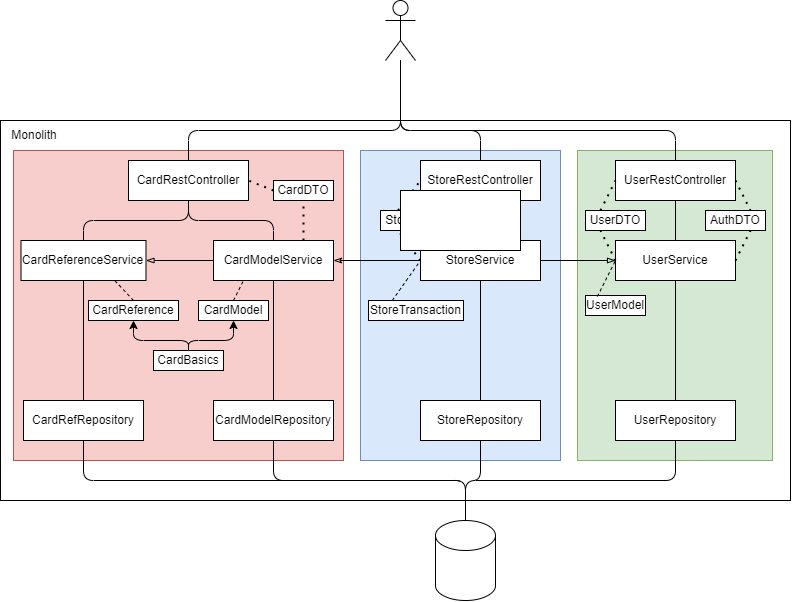
The draw.io diagram Archi_monolith.drawio.png in EnzoLouni/ASI-II-Groupe1, before a commit. Source tidied: cells renumbered, new cells last; positions are measured from the earlier drawing's top-left corner, leaving out a move shared by most shapes.
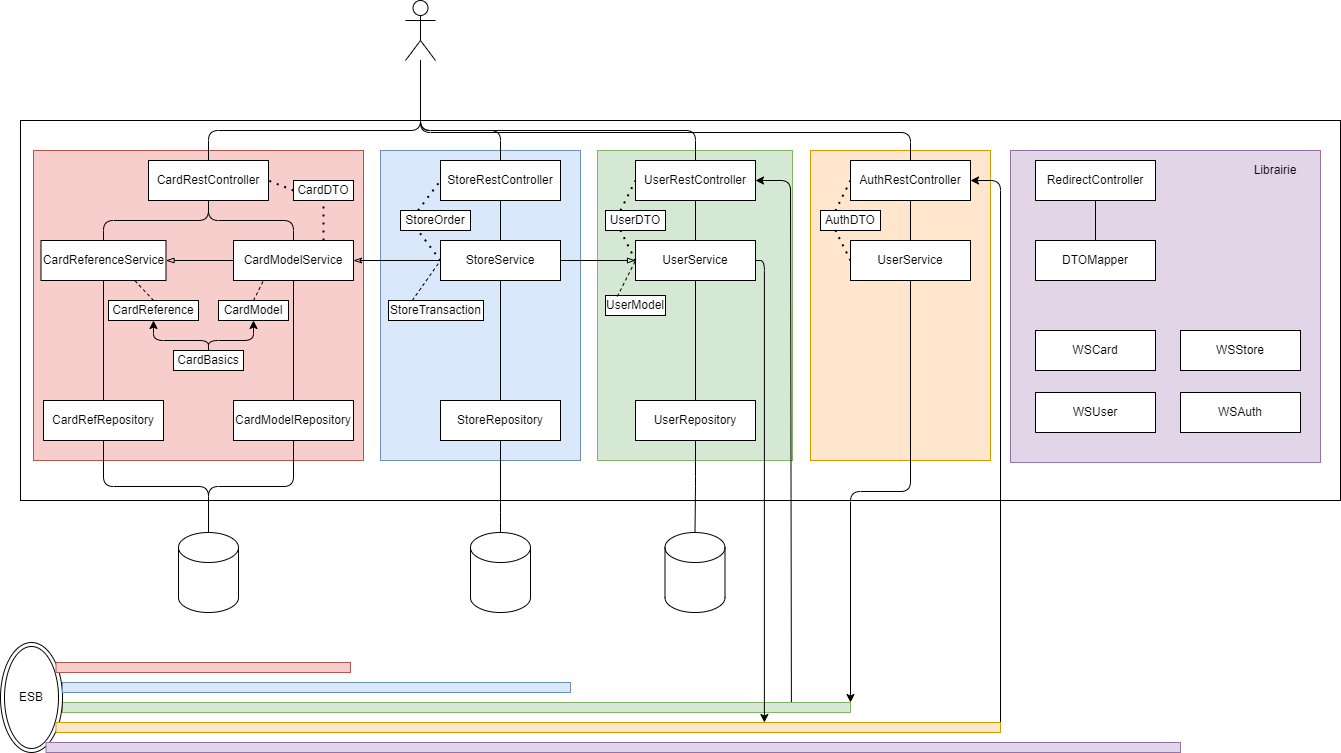
The same file after the commit.

Commit message:
Mettre à jour Archi_monolith.drawio.png

What changed in the source:
```diff
@@ -2,9 +2,15 @@
   <root>
     <mxCell id="0" />
     <mxCell id="1" parent="0" />
+    <mxCell id="63" style="rounded=0;whiteSpace=wrap;html=1;fillColor=#d5e8d4;strokeColor=#82b366;" parent="1" vertex="1">
+      <mxGeometry x="42" y="702" width="788" height="10" as="geometry" />
+    </mxCell>
     <mxCell id="2" style="rounded=0;whiteSpace=wrap;html=1;align=left;" parent="1" vertex="1">
-      <mxGeometry y="120" width="790" height="380" as="geometry" />
+      <mxGeometry y="120" width="1320" height="380" as="geometry" />
     </mxCell>
+    <mxCell id="64" style="rounded=0;whiteSpace=wrap;html=1;fillColor=#ffe6cc;strokeColor=#d79b00;" parent="1" vertex="1">
+      <mxGeometry x="790" y="150" width="180" height="310" as="geometry" />
+    </mxCell>
     <mxCell id="3" style="rounded=0;whiteSpace=wrap;html=1;fillColor=#d5e8d4;strokeColor=#82b366;" parent="1" vertex="1">
       <mxGeometry x="577" y="150" width="195" height="310" as="geometry" />
     </mxCell>
@@ -63,7 +69,7 @@
       <mxGeometry x="213" y="400" width="120" height="40" as="geometry" />
     </mxCell>
     <mxCell id="17" style="shape=cylinder3;whiteSpace=wrap;html=1;boundedLbl=1;backgroundOutline=1;size=15;" parent="1" vertex="1">
-      <mxGeometry x="435" y="520" width="60" height="80" as="geometry" />
+      <mxGeometry x="158" y="532" width="60" height="80" as="geometry" />
     </mxCell>
     <mxCell id="18" style="edgeStyle=orthogonalEdgeStyle;rounded=1;jettySize=auto;html=1;exitX=0.5;exitY=0;exitDx=0;exitDy=0;endArrow=none;endFill=0;entryX=0.5;entryY=1;entryDx=0;entryDy=0;" parent="1" edge="1" source="20" target="8">
       <mxGeometry relative="1" as="geometry">
@@ -95,7 +101,7 @@
       <mxGeometry x="585" y="210" width="60" height="20" as="geometry" />
     </mxCell>
     <mxCell id="26" value="AuthDTO" style="rounded=0;whiteSpace=wrap;html=1;" parent="1" vertex="1">
-      <mxGeometry x="705" y="210" width="60" height="20" as="geometry" />
+      <mxGeometry x="800" y="210" width="60" height="20" as="geometry" />
     </mxCell>
     <mxCell id="27" value="CardDTO" style="rounded=0;whiteSpace=wrap;html=1;" parent="1" vertex="1">
       <mxGeometry x="273" y="180" width="60" height="20" as="geometry" />
@@ -173,6 +179,13 @@
     <mxCell id="48" style="edgeStyle=orthogonalEdgeStyle;rounded=0;jettySize=auto;html=1;exitX=0.5;exitY=1;exitDx=0;exitDy=0;entryX=0.5;entryY=0;entryDx=0;entryDy=0;endArrow=none;endFill=0;" parent="1" edge="1" source="49" target="51">
       <mxGeometry relative="1" as="geometry" />
     </mxCell>
+    <mxCell id="65" style="edgeStyle=orthogonalEdgeStyle;rounded=1;jettySize=auto;html=1;exitX=1;exitY=0.5;exitDx=0;exitDy=0;entryX=0.75;entryY=0;entryDx=0;entryDy=0;" parent="1" edge="1" source="49" target="83">
+      <mxGeometry relative="1" as="geometry">
+        <Array as="points">
+          <mxPoint x="744" y="260" />
+        </Array>
+      </mxGeometry>
+    </mxCell>
     <mxCell id="49" value="UserService" style="rounded=0;whiteSpace=wrap;html=1;" parent="1" vertex="1">
       <mxGeometry x="615" y="240" width="120" height="40" as="geometry" />
     </mxCell>
@@ -188,37 +201,114 @@
     <mxCell id="53" style="endArrow=none;dashed=1;html=1;dashPattern=1 3;strokeWidth=2;rounded=0;entryX=0.25;entryY=1;entryDx=0;entryDy=0;exitX=0;exitY=0.5;exitDx=0;exitDy=0;" parent="1" edge="1" source="49" target="25">
       <mxGeometry relative="1" as="geometry" />
     </mxCell>
-    <mxCell id="54" style="endArrow=none;dashed=1;html=1;dashPattern=1 3;strokeWidth=2;rounded=0;exitX=1;exitY=0.5;exitDx=0;exitDy=0;entryX=0.75;entryY=1;entryDx=0;entryDy=0;" parent="1" edge="1" source="49" target="26">
+    <mxCell id="54" style="endArrow=none;dashed=1;html=1;dashPattern=1 3;strokeWidth=2;rounded=0;exitX=0;exitY=0.5;exitDx=0;exitDy=0;entryX=0.25;entryY=1;entryDx=0;entryDy=0;" parent="1" edge="1" source="70" target="26">
       <mxGeometry relative="1" as="geometry" />
     </mxCell>
-    <mxCell id="55" style="endArrow=none;dashed=1;html=1;dashPattern=1 3;strokeWidth=2;rounded=0;exitX=1;exitY=0.5;exitDx=0;exitDy=0;entryX=0.75;entryY=0;entryDx=0;entryDy=0;" parent="1" edge="1" source="14" target="26">
+    <mxCell id="55" style="endArrow=none;dashed=1;html=1;dashPattern=1 3;strokeWidth=2;rounded=0;exitX=0;exitY=0.5;exitDx=0;exitDy=0;entryX=0.25;entryY=0;entryDx=0;entryDy=0;" parent="1" edge="1" source="68" target="26">
       <mxGeometry relative="1" as="geometry" />
     </mxCell>
     <mxCell id="56" style="endArrow=none;dashed=1;html=1;rounded=0;entryX=0;entryY=0.5;entryDx=0;entryDy=0;exitX=0.198;exitY=0.05;exitDx=0;exitDy=0;exitPerimeter=0;" parent="1" edge="1" source="50" target="49">
       <mxGeometry relative="1" as="geometry" />
     </mxCell>
-    <mxCell id="57" style="edgeStyle=orthogonalEdgeStyle;rounded=1;jettySize=auto;html=1;exitX=0.5;exitY=1;exitDx=0;exitDy=0;endArrow=none;endFill=0;" parent="1" edge="1" source="36" target="17">
+    <mxCell id="57" style="edgeStyle=orthogonalEdgeStyle;rounded=1;jettySize=auto;html=1;exitX=0.5;exitY=1;exitDx=0;exitDy=0;endArrow=none;endFill=0;entryX=0.5;entryY=0;entryDx=0;entryDy=0;entryPerimeter=0;" parent="1" edge="1" source="36" target="71">
       <mxGeometry relative="1" as="geometry">
         <Array as="points">
-          <mxPoint x="480" y="480" />
-          <mxPoint x="465" y="480" />
+          <mxPoint x="480" y="512" />
+          <mxPoint x="480" y="512" />
         </Array>
       </mxGeometry>
     </mxCell>
-    <mxCell id="58" style="triangle;whiteSpace=wrap;html=1;strokeColor=none;" parent="1" vertex="1">
-      <mxGeometry x="460" y="470" width="15" height="20" as="geometry" />
-    </mxCell>
-    <mxCell id="59" style="edgeStyle=orthogonalEdgeStyle;rounded=1;jettySize=auto;html=1;exitX=0.5;exitY=1;exitDx=0;exitDy=0;endArrow=none;endFill=0;" parent="1" edge="1" source="51" target="17">
+    <mxCell id="59" style="edgeStyle=orthogonalEdgeStyle;rounded=1;jettySize=auto;html=1;exitX=0.5;exitY=1;exitDx=0;exitDy=0;endArrow=none;endFill=0;entryX=0.5;entryY=0;entryDx=0;entryDy=0;entryPerimeter=0;" parent="1" edge="1" source="51" target="72">
       <mxGeometry relative="1" as="geometry" />
     </mxCell>
     <mxCell id="60" style="edgeStyle=orthogonalEdgeStyle;rounded=1;jettySize=auto;html=1;exitX=0.5;exitY=1;exitDx=0;exitDy=0;endArrow=none;endFill=0;" parent="1" edge="1" source="16" target="17">
       <mxGeometry relative="1" as="geometry" />
     </mxCell>
-    <mxCell id="61" style="rounded=0;whiteSpace=wrap;html=1;" parent="1" vertex="1">
-      <mxGeometry x="400" y="190" width="120" height="60" as="geometry" />
-    </mxCell>
-    <mxCell id="62" value="Monolith" style="rounded=0;whiteSpace=wrap;html=1;strokeColor=none;" parent="1" vertex="1">
+    <mxCell id="62" style="rounded=0;whiteSpace=wrap;html=1;strokeColor=none;" parent="1" vertex="1">
       <mxGeometry x="10" y="130" width="48" height="10" as="geometry" />
     </mxCell>
+    <mxCell id="66" style="edgeStyle=orthogonalEdgeStyle;rounded=0;jettySize=auto;html=1;exitX=0.5;exitY=1;exitDx=0;exitDy=0;endArrow=none;endFill=0;" parent="1" edge="1" source="68" target="70">
+      <mxGeometry relative="1" as="geometry" />
+    </mxCell>
+    <mxCell id="67" style="edgeStyle=orthogonalEdgeStyle;rounded=1;jettySize=auto;html=1;exitX=0.5;exitY=0;exitDx=0;exitDy=0;endArrow=none;endFill=0;" parent="1" edge="1" source="68" target="6">
+      <mxGeometry relative="1" as="geometry">
+        <Array as="points">
+          <mxPoint x="890" y="132" />
+          <mxPoint x="400" y="132" />
+        </Array>
+      </mxGeometry>
+    </mxCell>
+    <mxCell id="68" value="AuthRestController" style="rounded=0;whiteSpace=wrap;html=1;" parent="1" vertex="1">
+      <mxGeometry x="830" y="160" width="120" height="40" as="geometry" />
+    </mxCell>
+    <mxCell id="69" style="edgeStyle=orthogonalEdgeStyle;rounded=1;jettySize=auto;html=1;exitX=0.5;exitY=1;exitDx=0;exitDy=0;entryX=1;entryY=0;entryDx=0;entryDy=0;" parent="1" edge="1" source="70" target="63">
+      <mxGeometry relative="1" as="geometry" />
+    </mxCell>
+    <mxCell id="70" value="UserService" style="rounded=0;whiteSpace=wrap;html=1;" parent="1" vertex="1">
+      <mxGeometry x="830" y="240" width="120" height="40" as="geometry" />
+    </mxCell>
+    <mxCell id="71" style="shape=cylinder3;whiteSpace=wrap;html=1;boundedLbl=1;backgroundOutline=1;size=15;" parent="1" vertex="1">
+      <mxGeometry x="450" y="532" width="60" height="80" as="geometry" />
+    </mxCell>
+    <mxCell id="72" style="shape=cylinder3;whiteSpace=wrap;html=1;boundedLbl=1;backgroundOutline=1;size=15;" parent="1" vertex="1">
+      <mxGeometry x="644.5" y="532" width="60" height="80" as="geometry" />
+    </mxCell>
+    <mxCell id="73" style="rounded=0;whiteSpace=wrap;html=1;fillColor=#e1d5e7;strokeColor=#9673a6;" parent="1" vertex="1">
+      <mxGeometry x="990" y="150" width="310" height="312" as="geometry" />
+    </mxCell>
+    <mxCell id="74" style="edgeStyle=orthogonalEdgeStyle;rounded=0;jettySize=auto;html=1;exitX=0.5;exitY=1;exitDx=0;exitDy=0;endArrow=none;endFill=0;" parent="1" edge="1" source="75" target="76">
+      <mxGeometry relative="1" as="geometry" />
+    </mxCell>
+    <mxCell id="75" value="RedirectController" style="rounded=0;whiteSpace=wrap;html=1;" parent="1" vertex="1">
+      <mxGeometry x="1015" y="160" width="120" height="40" as="geometry" />
+    </mxCell>
+    <mxCell id="76" value="DTOMapper" style="rounded=0;whiteSpace=wrap;html=1;" parent="1" vertex="1">
+      <mxGeometry x="1015" y="240" width="120" height="40" as="geometry" />
+    </mxCell>
+    <mxCell id="77" value="ESB" style="ellipse;shape=doubleEllipse;whiteSpace=wrap;html=1;" parent="1" vertex="1">
+      <mxGeometry x="-20" y="642" width="62" height="110" as="geometry" />
+    </mxCell>
+    <mxCell id="78" style="rounded=0;whiteSpace=wrap;html=1;fillColor=#e1d5e7;strokeColor=#9673a6;" parent="1" vertex="1">
+      <mxGeometry x="25.5" y="742" width="1134.5" height="10" as="geometry" />
+    </mxCell>
+    <mxCell id="79" style="rounded=0;whiteSpace=wrap;html=1;fillColor=#f8cecc;strokeColor=#b85450;" parent="1" vertex="1">
+      <mxGeometry x="35.5" y="662" width="294.5" height="10" as="geometry" />
+    </mxCell>
+    <mxCell id="80" style="rounded=0;whiteSpace=wrap;html=1;fillColor=#dae8fc;strokeColor=#6c8ebf;" parent="1" vertex="1">
+      <mxGeometry x="42" y="682" width="508" height="10" as="geometry" />
+    </mxCell>
+    <mxCell id="81" style="edgeStyle=orthogonalEdgeStyle;rounded=1;jettySize=auto;html=1;exitX=0.925;exitY=-0.1;exitDx=0;exitDy=0;entryX=1;entryY=0.5;entryDx=0;entryDy=0;exitPerimeter=0;" parent="1" edge="1" source="63" target="14">
+      <mxGeometry relative="1" as="geometry">
+        <Array as="points">
+          <mxPoint x="771" y="702" />
+          <mxPoint x="770" y="180" />
+        </Array>
+      </mxGeometry>
+    </mxCell>
+    <mxCell id="82" style="edgeStyle=orthogonalEdgeStyle;rounded=1;jettySize=auto;html=1;exitX=1;exitY=0;exitDx=0;exitDy=0;entryX=1;entryY=0.5;entryDx=0;entryDy=0;" parent="1" edge="1" source="83" target="68">
+      <mxGeometry relative="1" as="geometry">
+        <Array as="points">
+          <mxPoint x="980" y="180" />
+        </Array>
+      </mxGeometry>
+    </mxCell>
+    <mxCell id="83" style="rounded=0;whiteSpace=wrap;html=1;fillColor=#ffe6cc;strokeColor=#d79b00;" parent="1" vertex="1">
+      <mxGeometry x="35.5" y="722" width="944.5" height="10" as="geometry" />
+    </mxCell>
+    <mxCell id="84" value="WSCard" style="rounded=0;whiteSpace=wrap;html=1;" parent="1" vertex="1">
+      <mxGeometry x="1015" y="330" width="120" height="40" as="geometry" />
+    </mxCell>
+    <mxCell id="85" value="WSUser" style="rounded=0;whiteSpace=wrap;html=1;" parent="1" vertex="1">
+      <mxGeometry x="1015" y="392" width="120" height="40" as="geometry" />
+    </mxCell>
+    <mxCell id="86" value="WSAuth" style="rounded=0;whiteSpace=wrap;html=1;" parent="1" vertex="1">
+      <mxGeometry x="1160" y="392" width="120" height="40" as="geometry" />
+    </mxCell>
+    <mxCell id="87" value="WSStore" style="rounded=0;whiteSpace=wrap;html=1;" parent="1" vertex="1">
+      <mxGeometry x="1160" y="330" width="120" height="40" as="geometry" />
+    </mxCell>
+    <mxCell id="88" value="Librairie" style="rounded=0;whiteSpace=wrap;html=1;fillColor=#e1d5e7;strokeColor=none;" parent="1" vertex="1">
+      <mxGeometry x="1230" y="160" width="50" height="20" as="geometry" />
+    </mxCell>
   </root>
 </mxGraphModel>
```
